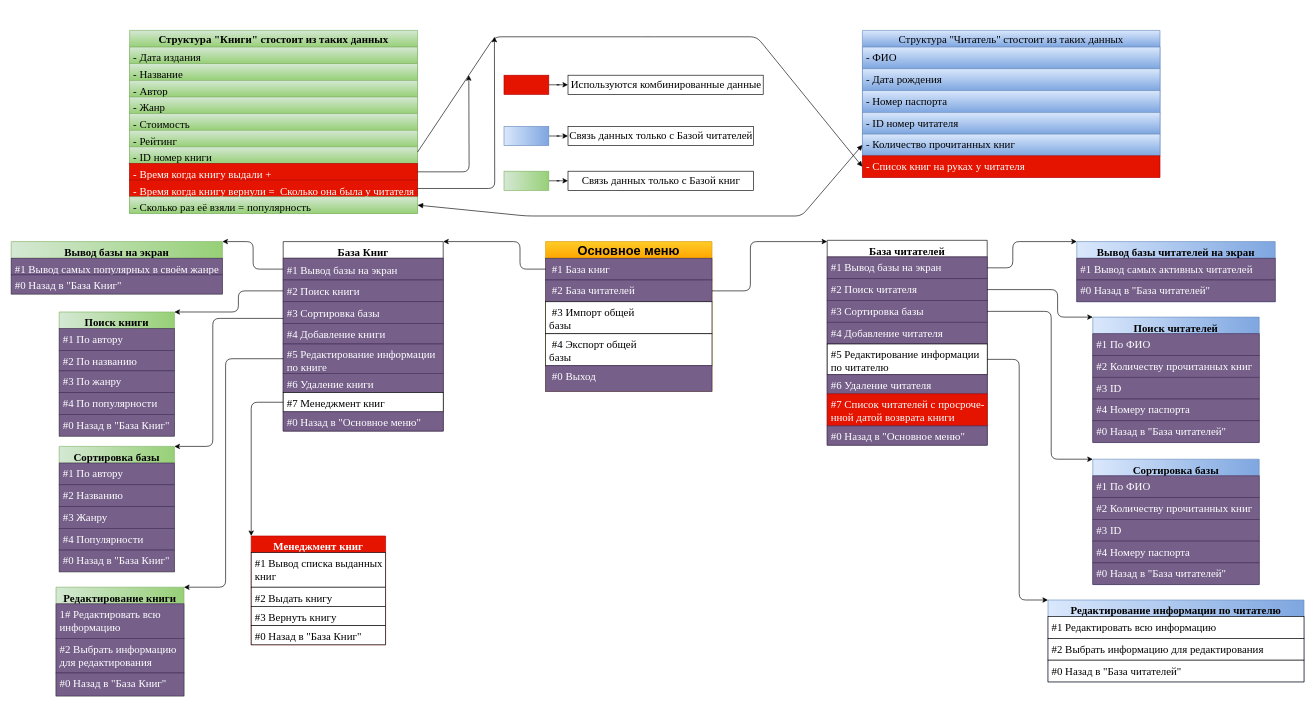
The draw.io diagram Application operation diagram.drawio in KvasAL/Digital-Library, before the edit. Source tidied: cells renumbered, new cells numbered last; positions are measured from the earlier drawing's top-left corner, leaving out a move shared by most shapes. Both pictures are drawn from the tidied source at 64%, with x=0, y=0 at pixel (11, 30).
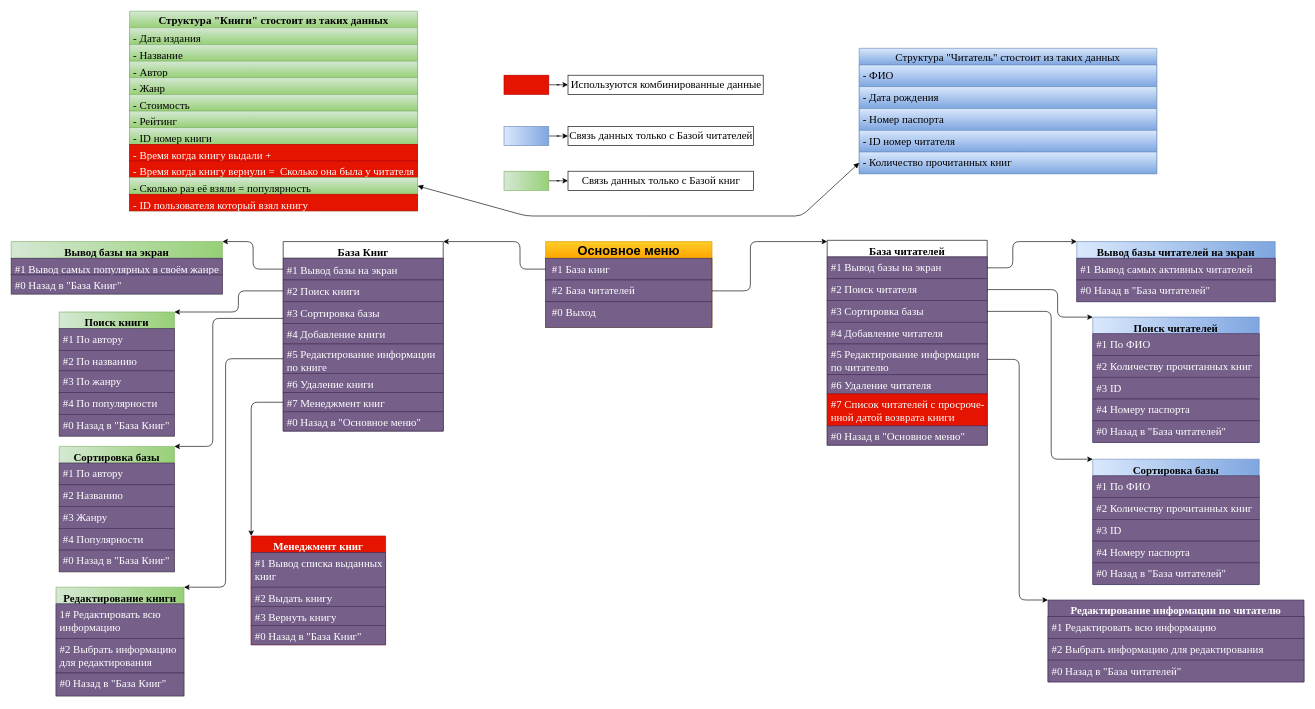
The same page after the edit.

The change refers to these unchanged cells:
```xml
<mxCell id="8" value="База Книг" style="swimlane;fontStyle=1;align=center;verticalAlign=top;horizontal=1;startSize=26;rounded=0;shadow=0;glass=0;sketch=0;fontFamily=Times New Roman;fontSize=17;strokeColor=default;strokeWidth=1;fillColor=default;gradientColor=none;gradientDirection=east;" parent="1" vertex="1">
  <mxGeometry x="425" y="330" width="250" height="296" as="geometry" />
</mxCell>
<mxCell id="36" value="Менеджмент книг" style="swimlane;fontStyle=1;align=center;verticalAlign=top;horizontal=1;startSize=26;rounded=0;shadow=0;glass=0;sketch=0;fontFamily=Times New Roman;fontSize=17;strokeColor=#B20000;strokeWidth=1;fillColor=#e51400;gradientDirection=east;fontColor=#ffffff;" parent="1" vertex="1">
  <mxGeometry x="375" y="790" width="210" height="170" as="geometry" />
</mxCell>
<mxCell id="58" value="- Время когда книгу выдали +" style="text;strokeColor=#B20000;fillColor=#e51400;align=left;verticalAlign=top;spacingLeft=4;spacingRight=4;overflow=hidden;points=[[0,0.5],[1,0.5]];portConstraint=eastwest;rounded=0;shadow=0;glass=0;sketch=0;fontFamily=Times New Roman;fontSize=17;fontColor=#ffffff;" parent="50" vertex="1">
  <mxGeometry y="208" width="450" height="26" as="geometry" />
</mxCell>
<mxCell id="59" value="- Время когда книгу вернули =  Сколько она была у читателя" style="text;strokeColor=#B20000;fillColor=#e51400;align=left;verticalAlign=top;spacingLeft=4;spacingRight=4;overflow=hidden;points=[[0,0.5],[1,0.5]];portConstraint=eastwest;rounded=0;shadow=0;glass=0;sketch=0;fontFamily=Times New Roman;fontSize=17;fontColor=#ffffff;" parent="50" vertex="1">
  <mxGeometry y="234" width="450" height="26" as="geometry" />
</mxCell>
<mxCell id="67" value="База читателей" style="swimlane;fontStyle=1;align=center;verticalAlign=top;horizontal=1;startSize=26;rounded=0;shadow=0;glass=0;sketch=0;fontFamily=Times New Roman;fontSize=17;strokeColor=default;strokeWidth=1;fillColor=default;gradientColor=none;gradientDirection=east;" parent="1" vertex="1">
  <mxGeometry x="1275" y="328" width="250" height="320" as="geometry" />
</mxCell>
```

What changed in the source:
```diff
@@
     <mxCell id="2" value="Основное меню" style="swimlane;fontStyle=1;horizontal=1;startSize=26;rounded=0;sketch=0;fontSize=20;fillColor=#ffcd28;gradientColor=#ffa500;strokeColor=#d79b00;" parent="1" vertex="1">
-      <mxGeometry x="835" y="330" width="260" height="234" as="geometry" />
+      <mxGeometry x="835" y="330" width="260" height="134" as="geometry" />
     </mxCell>
@@
-    <mxCell id="5" value=" #3 Импорт общей&#10;базы    " style="text;align=left;verticalAlign=top;spacingLeft=4;spacingRight=4;overflow=hidden;rounded=0;sketch=0;fontSize=17;fontFamily=Times New Roman;fillColor=default;strokeColor=default;" parent="2" vertex="1">
-      <mxGeometry y="94" width="260" height="50" as="geometry" />
-    </mxCell>
-    <mxCell id="6" value=" #4 Экспорт общей&#10;базы" style="text;align=left;verticalAlign=top;spacingLeft=4;spacingRight=4;overflow=hidden;rounded=0;sketch=0;fontSize=17;fontFamily=Times New Roman;shadow=0;gradientDirection=east;strokeWidth=1;fillColor=default;gradientColor=none;strokeColor=default;" parent="2" vertex="1">
-      <mxGeometry y="144" width="260" height="50" as="geometry" />
-    </mxCell>
     <mxCell id="7" value=" #0 Выход" style="text;align=left;verticalAlign=top;spacingLeft=4;spacingRight=4;overflow=hidden;rounded=0;sketch=0;fontSize=17;fontFamily=Times New Roman;strokeWidth=1;shadow=0;glass=0;fillColor=#76608a;gradientDirection=east;strokeColor=#432D57;fontColor=#ffffff;" parent="2" vertex="1">
-      <mxGeometry y="194" width="260" height="40" as="geometry" />
+      <mxGeometry y="94" width="260" height="40" as="geometry" />
     </mxCell>
@@
-    <mxCell id="15" value="#7 Менеджмент книг" style="text;strokeColor=default;fillColor=default;align=left;verticalAlign=top;spacingLeft=4;spacingRight=4;overflow=hidden;points=[[0,0.5],[1,0.5]];portConstraint=eastwest;rounded=0;shadow=0;glass=0;sketch=0;fontFamily=Times New Roman;fontSize=17;labelPosition=center;verticalLabelPosition=middle;" parent="8" vertex="1">
+    <mxCell id="15" value="#7 Менеджмент книг" style="text;strokeColor=#432D57;fillColor=#76608a;align=left;verticalAlign=top;spacingLeft=4;spacingRight=4;overflow=hidden;points=[[0,0.5],[1,0.5]];portConstraint=eastwest;rounded=0;shadow=0;glass=0;sketch=0;fontFamily=Times New Roman;fontSize=17;labelPosition=center;verticalLabelPosition=middle;fontColor=#ffffff;" parent="8" vertex="1">
       <mxGeometry y="236" width="250" height="30" as="geometry" />
     </mxCell>
@@
-    <mxCell id="37" value="#1 Вывод списка выданных &#10;книг" style="text;strokeColor=default;fillColor=default;align=left;verticalAlign=top;spacingLeft=4;spacingRight=4;overflow=hidden;rounded=0;shadow=0;glass=0;sketch=0;fontFamily=Times New Roman;fontSize=17;" parent="36" vertex="1">
+    <mxCell id="37" value="#1 Вывод списка выданных &#10;книг" style="text;strokeColor=#432D57;fillColor=#76608a;align=left;verticalAlign=top;spacingLeft=4;spacingRight=4;overflow=hidden;rounded=0;shadow=0;glass=0;sketch=0;fontFamily=Times New Roman;fontSize=17;fontColor=#ffffff;" parent="36" vertex="1">
       <mxGeometry y="26" width="210" height="54" as="geometry" />
     </mxCell>
-    <mxCell id="38" value="#2 Выдать книгу" style="text;strokeColor=default;fillColor=default;align=left;verticalAlign=top;spacingLeft=4;spacingRight=4;overflow=hidden;rounded=0;shadow=0;glass=0;sketch=0;fontFamily=Times New Roman;fontSize=17;" parent="36" vertex="1">
+    <mxCell id="38" value="#2 Выдать книгу" style="text;strokeColor=#432D57;fillColor=#76608a;align=left;verticalAlign=top;spacingLeft=4;spacingRight=4;overflow=hidden;rounded=0;shadow=0;glass=0;sketch=0;fontFamily=Times New Roman;fontSize=17;fontColor=#ffffff;" parent="36" vertex="1">
       <mxGeometry y="80" width="210" height="30" as="geometry" />
     </mxCell>
-    <mxCell id="39" value="#3 Вернуть книгу" style="text;strokeColor=default;fillColor=default;align=left;verticalAlign=top;spacingLeft=4;spacingRight=4;overflow=hidden;rounded=0;shadow=0;glass=0;sketch=0;fontFamily=Times New Roman;fontSize=17;" parent="36" vertex="1">
+    <mxCell id="39" value="#3 Вернуть книгу" style="text;strokeColor=#432D57;fillColor=#76608a;align=left;verticalAlign=top;spacingLeft=4;spacingRight=4;overflow=hidden;rounded=0;shadow=0;glass=0;sketch=0;fontFamily=Times New Roman;fontSize=17;fontColor=#ffffff;" parent="36" vertex="1">
       <mxGeometry y="110" width="210" height="30" as="geometry" />
     </mxCell>
-    <mxCell id="40" value="#0 Назад в &quot;База Книг&quot;" style="text;strokeColor=default;fillColor=default;align=left;verticalAlign=top;spacingLeft=4;spacingRight=4;overflow=hidden;rounded=0;shadow=0;glass=0;sketch=0;fontFamily=Times New Roman;fontSize=17;" parent="36" vertex="1">
+    <mxCell id="40" value="#0 Назад в &quot;База Книг&quot;" style="text;strokeColor=#432D57;fillColor=#76608a;align=left;verticalAlign=top;spacingLeft=4;spacingRight=4;overflow=hidden;rounded=0;shadow=0;glass=0;sketch=0;fontFamily=Times New Roman;fontSize=17;fontColor=#ffffff;" parent="36" vertex="1">
       <mxGeometry y="140" width="210" height="30" as="geometry" />
     </mxCell>
@@
     <mxCell id="50" value="Структура &quot;Книги&quot; стостоит из таких данных" style="swimlane;fontStyle=1;horizontal=1;startSize=26;fillColor=#d5e8d4;rounded=0;shadow=0;glass=0;sketch=0;fontFamily=Times New Roman;fontSize=17;strokeColor=#82b366;strokeWidth=1;swimlaneFillColor=default;gradientColor=#97d077;" parent="1" vertex="1">
-      <mxGeometry x="185" width="450" height="286" as="geometry" />
+      <mxGeometry x="185" y="-30" width="450" height="312" as="geometry" />
     </mxCell>
@@
+    <mxCell id="111" value="- ID пользователя который взял книгу" style="text;strokeColor=#B20000;fillColor=#e51400;align=left;verticalAlign=top;spacingLeft=4;spacingRight=4;overflow=hidden;rounded=0;shadow=0;glass=0;sketch=0;fontFamily=Times New Roman;fontSize=17;fontColor=#ffffff;" parent="50" vertex="1">
+      <mxGeometry y="286" width="450" height="26" as="geometry" />
+    </mxCell>
@@
-    <mxCell id="72" value="#5 Редактирование информации&#10;по читателю" style="text;strokeColor=default;fillColor=default;align=left;verticalAlign=top;spacingLeft=4;spacingRight=4;overflow=hidden;points=[[0,0.5],[1,0.5]];portConstraint=eastwest;rounded=0;shadow=0;glass=0;sketch=0;fontFamily=Times New Roman;fontSize=17;" parent="67" vertex="1">
+    <mxCell id="72" value="#5 Редактирование информации&#10;по читателю" style="text;strokeColor=#432D57;fillColor=#76608a;align=left;verticalAlign=top;spacingLeft=4;spacingRight=4;overflow=hidden;points=[[0,0.5],[1,0.5]];portConstraint=eastwest;rounded=0;shadow=0;glass=0;sketch=0;fontFamily=Times New Roman;fontSize=17;fontColor=#ffffff;" parent="67" vertex="1">
       <mxGeometry y="162" width="250" height="48" as="geometry" />
     </mxCell>
@@
-    <mxCell id="95" value="Редактирование информации по читателю" style="swimlane;fontStyle=1;align=center;verticalAlign=top;horizontal=1;startSize=26;rounded=0;shadow=0;glass=0;sketch=0;fontFamily=Times New Roman;fontSize=17;strokeColor=#6c8ebf;strokeWidth=1;fillColor=#dae8fc;gradientColor=#7ea6e0;gradientDirection=east;" parent="1" vertex="1">
+    <mxCell id="95" value="Редактирование информации по читателю" style="swimlane;fontStyle=1;align=center;verticalAlign=top;horizontal=1;startSize=26;rounded=0;shadow=0;glass=0;sketch=0;fontFamily=Times New Roman;fontSize=17;strokeColor=#432D57;strokeWidth=1;fillColor=#76608a;gradientDirection=east;fontColor=#ffffff;" parent="1" vertex="1">
       <mxGeometry x="1620" y="890" width="400" height="128" as="geometry" />
     </mxCell>
-    <mxCell id="96" value="#1 Редактировать всю информацию" style="text;strokeColor=default;fillColor=default;align=left;verticalAlign=top;spacingLeft=4;spacingRight=4;overflow=hidden;rounded=0;shadow=0;glass=0;sketch=0;fontFamily=Times New Roman;fontSize=17;" parent="95" vertex="1">
+    <mxCell id="96" value="#1 Редактировать всю информацию" style="text;strokeColor=#432D57;fillColor=#76608a;align=left;verticalAlign=top;spacingLeft=4;spacingRight=4;overflow=hidden;rounded=0;shadow=0;glass=0;sketch=0;fontFamily=Times New Roman;fontSize=17;fontColor=#ffffff;" parent="95" vertex="1">
       <mxGeometry y="26" width="400" height="34" as="geometry" />
     </mxCell>
-    <mxCell id="97" value="#2 Выбрать информацию для редактирования" style="text;strokeColor=default;fillColor=default;align=left;verticalAlign=top;spacingLeft=4;spacingRight=4;overflow=hidden;rounded=0;shadow=0;glass=0;sketch=0;fontFamily=Times New Roman;fontSize=17;" parent="95" vertex="1">
+    <mxCell id="97" value="#2 Выбрать информацию для редактирования" style="text;strokeColor=#432D57;fillColor=#76608a;align=left;verticalAlign=top;spacingLeft=4;spacingRight=4;overflow=hidden;rounded=0;shadow=0;glass=0;sketch=0;fontFamily=Times New Roman;fontSize=17;fontColor=#ffffff;" parent="95" vertex="1">
       <mxGeometry y="60" width="400" height="34" as="geometry" />
     </mxCell>
-    <mxCell id="98" value="#0 Назад в &quot;База читателей&quot;" style="text;strokeColor=default;fillColor=default;align=left;verticalAlign=top;spacingLeft=4;spacingRight=4;overflow=hidden;rounded=0;shadow=0;glass=0;sketch=0;fontFamily=Times New Roman;fontSize=17;" parent="95" vertex="1">
+    <mxCell id="98" value="#0 Назад в &quot;База читателей&quot;" style="text;strokeColor=#432D57;fillColor=#76608a;align=left;verticalAlign=top;spacingLeft=4;spacingRight=4;overflow=hidden;rounded=0;shadow=0;glass=0;sketch=0;fontFamily=Times New Roman;fontSize=17;fontColor=#ffffff;" parent="95" vertex="1">
       <mxGeometry y="94" width="400" height="34" as="geometry" />
     </mxCell>
@@
     <mxCell id="100" value="Структура &quot;Читатель&quot; стостоит из таких данных" style="swimlane;fontStyle=0;horizontal=1;startSize=26;fillColor=#dae8fc;rounded=0;shadow=0;glass=0;sketch=0;fontFamily=Times New Roman;fontSize=17;strokeColor=#6c8ebf;strokeWidth=1;swimlaneFillColor=default;gradientColor=#7ea6e0;" parent="1" vertex="1">
-      <mxGeometry x="1330" width="465" height="196" as="geometry" />
+      <mxGeometry x="1325" y="28" width="465" height="196" as="geometry" />
     </mxCell>
@@
-    <mxCell id="106" value="- Список книг на руках у читателя" style="text;strokeColor=#B20000;fillColor=#e51400;align=left;verticalAlign=top;spacingLeft=4;spacingRight=4;overflow=hidden;points=[[0,0.5],[1,0.5]];portConstraint=eastwest;rounded=0;shadow=0;glass=0;sketch=0;fontFamily=Times New Roman;fontSize=17;labelBorderColor=none;fontColor=#ffffff;" parent="1" vertex="1">
-      <mxGeometry x="1330" y="196" width="465" height="34" as="geometry" />
-    </mxCell>
@@
-    <mxCell id="108" style="html=1;verticalAlign=bottom;endArrow=block;rounded=1;sketch=0;fontFamily=Times New Roman;fontSize=17;curved=0;entryX=0;entryY=0.5;entryDx=0;entryDy=0;" parent="1" edge="1" target="106">
-      <mxGeometry relative="1" as="geometry">
-        <mxPoint x="635" y="190" as="sourcePoint" />
-        <Array as="points">
-          <mxPoint x="755" y="10" />
-          <mxPoint x="995" y="10" />
-          <mxPoint x="1165" y="10" />
-        </Array>
-      </mxGeometry>
-    </mxCell>
-    <mxCell id="109" style="edgeStyle=orthogonalEdgeStyle;curved=0;rounded=1;sketch=0;jettySize=auto;html=1;fontFamily=Times New Roman;fontSize=17;" parent="1" edge="1" source="59">
-      <mxGeometry relative="1" as="geometry">
-        <mxPoint x="755" y="10" as="targetPoint" />
-      </mxGeometry>
-    </mxCell>
-    <mxCell id="110" style="edgeStyle=orthogonalEdgeStyle;curved=0;rounded=1;sketch=0;jettySize=auto;html=1;fontFamily=Times New Roman;fontSize=17;" parent="1" edge="1" source="58">
-      <mxGeometry relative="1" as="geometry">
-        <mxPoint x="715" y="70" as="targetPoint" />
-      </mxGeometry>
-    </mxCell>
```
